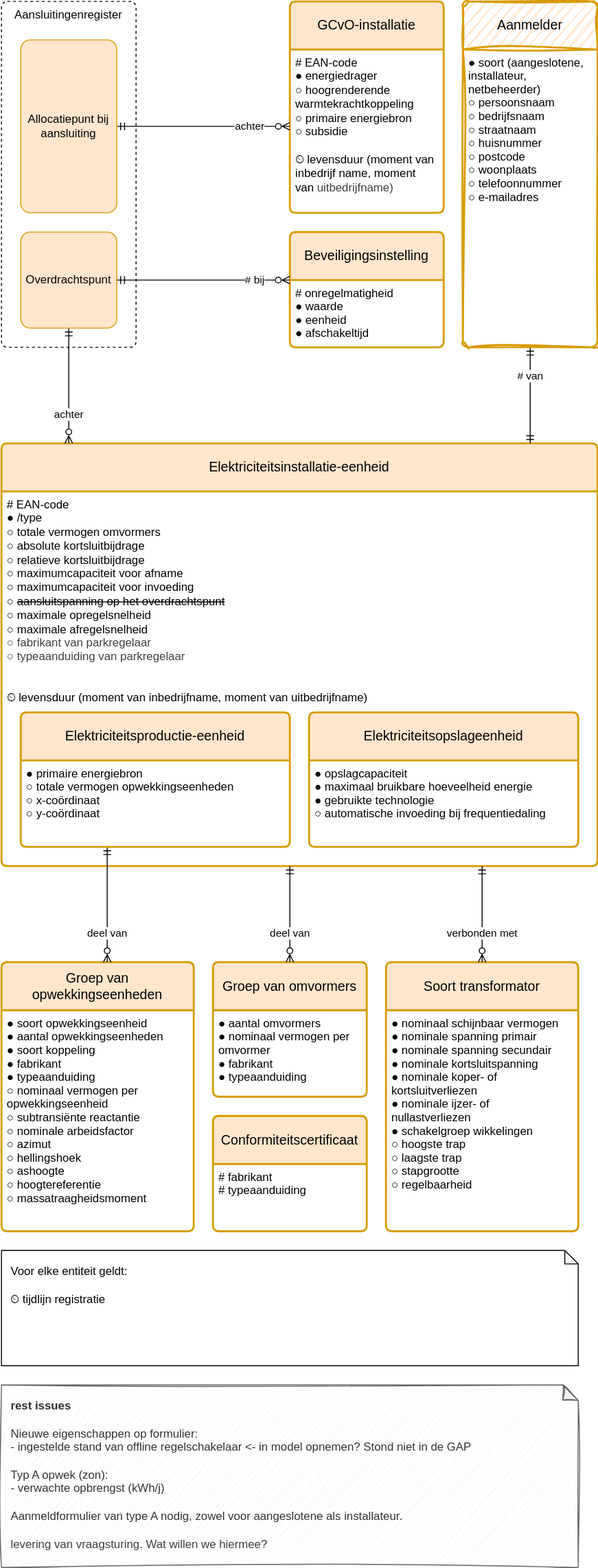
Earlier version of the draw.io export registers/installatieregister/1.0/installatieregister.drawio.svg (Netbeheer-Nederland/stelsel). Source tidied: cells renumbered, new cells last; positions are measured from the earlier drawing's top-left corner, leaving out a move shared by most shapes.
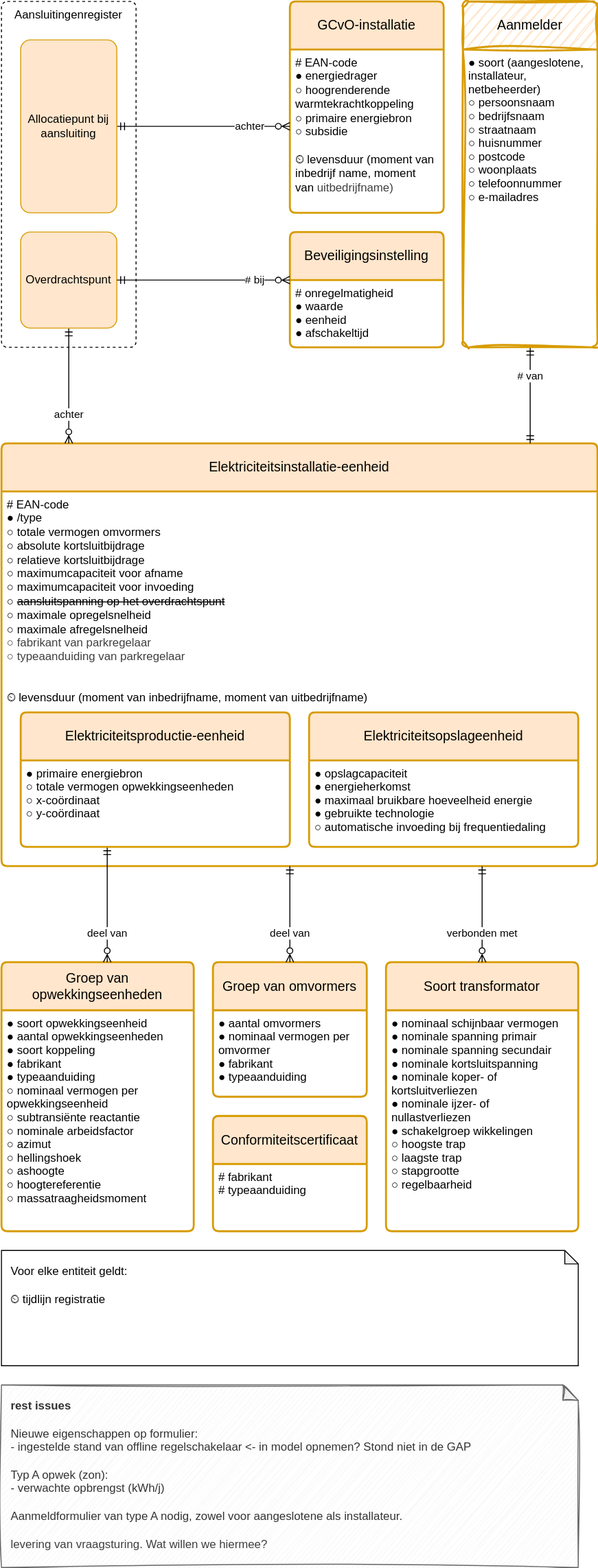
The same diagram one commit later.

Commit message:
ongelukje weghalen

Change to the diagram source:
```diff
@@ -44,7 +44,7 @@
     <mxCell id="15" value="Elektriciteitsopslageenheid" style="swimlane;horizontal=1;startSize=50;rounded=1;fontSize=14;fontStyle=0;strokeWidth=2;shadow=0;dashed=0;align=center;fillColor=#ffe6cc;strokeColor=#d79b00;arcSize=4;whiteSpace=wrap;html=1;spacing=10;" parent="1" vertex="1">
       <mxGeometry x="320" y="740" width="280" height="140" as="geometry" />
     </mxCell>
-    <mxCell id="16" value="● opslagcapaciteit&#10;● maximaal bruikbare hoeveelheid energie&#10;● gebruikte technologie&#10;○ automatische invoeding bij frequentiedaling" style="align=left;strokeColor=none;fillColor=none;spacingLeft=4;fontSize=12;verticalAlign=top;fontStyle=0;" parent="15" vertex="1">
+    <mxCell id="16" value="● opslagcapaciteit&#10;● energieherkomst&#10;● maximaal bruikbare hoeveelheid energie&#10;● gebruikte technologie&#10;○ automatische invoeding bij frequentiedaling" style="align=left;strokeColor=none;fillColor=none;spacingLeft=4;fontSize=12;verticalAlign=top;fontStyle=0;" parent="15" vertex="1">
       <mxGeometry y="50" width="280" height="90" as="geometry" />
     </mxCell>
     <mxCell id="17" style="edgeStyle=none;html=1;entryX=0;entryY=0;entryDx=0;entryDy=0;" parent="15" edge="1" source="15" target="16">
```
